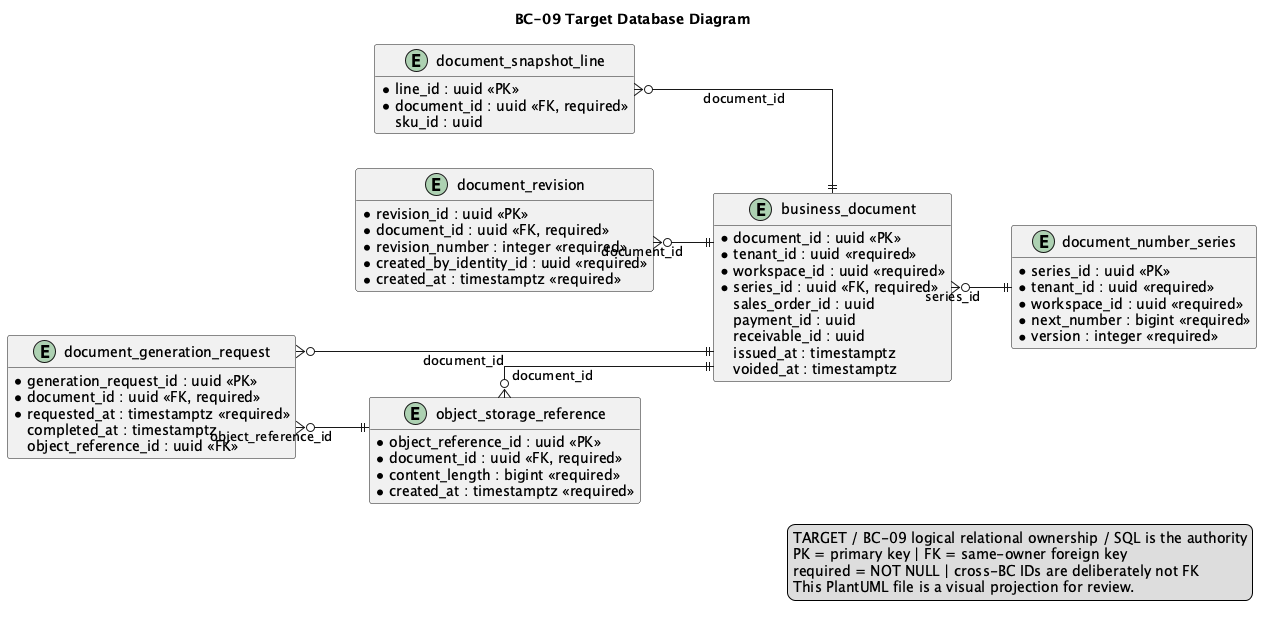
Before: report/assets/chapter-2/tactical/BC-09/database-diagram.png, a diagram exported from PlantUML (nexa-suite/mobile-report). Its diagram source:
```plantuml
@startuml
title BC-09 Target Database Diagram
left to right direction
hide methods
skinparam shadowing false
skinparam linetype ortho
skinparam entity {
  BackgroundColor #F8FAFC
  BorderColor #334155
  FontColor #0F172A
}

entity "document_number_series" as t_document_number_series {
  * series_id : uuid <<PK>>
  * tenant_id : uuid <<required>>
  * workspace_id : uuid <<required>>
  * document_type : varchar(32) <<required>>
  * series_code : varchar(32) <<required>>
  * next_number : bigint <<required>>
  * version : integer <<required>>
}

entity "business_document" as t_business_document {
  * document_id : uuid <<PK>>
  * tenant_id : uuid <<required>>
  * workspace_id : uuid <<required>>
  * series_id : uuid <<FK, required>>
  * document_type : varchar(32) <<required>>
  * document_number : varchar(80) <<required>>
    sales_order_id : uuid
    payment_id : uuid
    receivable_id : uuid
  * status : varchar(32) <<required>>
    issued_at : timestamptz
    voided_at : timestamptz
}

entity "document_snapshot_line" as t_document_snapshot_line {
  * line_id : uuid <<PK>>
  * document_id : uuid <<FK, required>>
    sku_id : uuid
    sku_code : varchar(80)
  * description : varchar(500) <<required>>
  * quantity : numeric(19,6) <<required>>
  * unit_price : numeric(19,4) <<required>>
  * currency : char(3) <<required>>
  * line_total : numeric(19,4) <<required>>
}

entity "document_revision" as t_document_revision {
  * revision_id : uuid <<PK>>
  * document_id : uuid <<FK, required>>
  * revision_number : integer <<required>>
  * snapshot_hash : varchar(128) <<required>>
  * created_by_identity_id : uuid <<required>>
  * created_at : timestamptz <<required>>
}

entity "object_storage_reference" as t_object_storage_reference {
  * object_reference_id : uuid <<PK>>
  * document_id : uuid <<FK, required>>
  * object_key : varchar(500) <<required>>
  * content_type : varchar(160) <<required>>
  * content_length : bigint <<required>>
  * content_hash : varchar(128) <<required>>
  * created_at : timestamptz <<required>>
}

entity "document_generation_request" as t_document_generation_request {
  * generation_request_id : uuid <<PK>>
  * document_id : uuid <<FK, required>>
  * status : varchar(32) <<required>>
  * requested_at : timestamptz <<required>>
    completed_at : timestamptz
    failure_reason : varchar(500)
    object_reference_id : uuid <<FK>>
}

t_business_document }o--|| t_document_number_series : series_id
t_document_snapshot_line }o--|| t_business_document : document_id
t_document_revision }o--|| t_business_document : document_id
t_object_storage_reference }o--|| t_business_document : document_id
t_document_generation_request }o--|| t_business_document : document_id
t_document_generation_request }o--|| t_object_storage_reference : object_reference_id

legend right
TARGET / BC-09 logical relational ownership / SQL is the authority
PK = primary key | FK = same-owner foreign key
required = NOT NULL | cross-BC IDs are deliberately not FK
This PlantUML file is a visual projection for review.
endlegend
@enduml
```
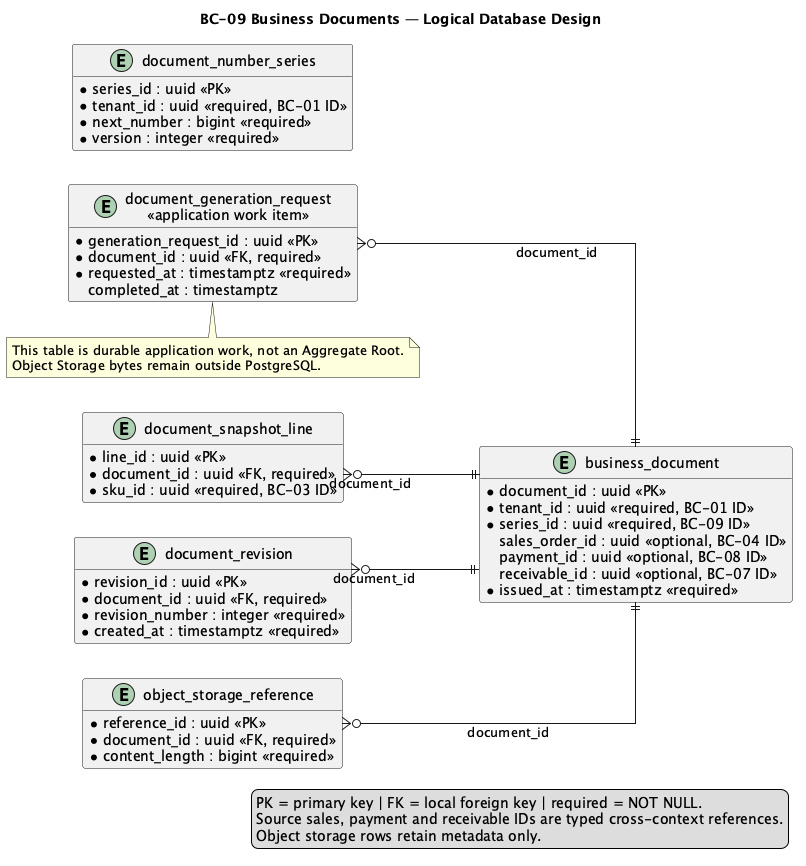
Later version of the same file.

Change to the diagram source:
```diff
@@ -1,5 +1,5 @@
 @startuml
-title BC-09 Target Database Diagram
+title BC-09 Business Documents — Logical Database Design
 left to right direction
 hide methods
 skinparam shadowing false
@@ -10,83 +10,77 @@
   FontColor #0F172A
 }
 
-entity "document_number_series" as t_document_number_series {
+entity "document_number_series" as document_number_series {
   * series_id : uuid <<PK>>
-  * tenant_id : uuid <<required>>
-  * workspace_id : uuid <<required>>
+  * tenant_id : uuid <<required, BC-01 ID>>
   * document_type : varchar(32) <<required>>
   * series_code : varchar(32) <<required>>
   * next_number : bigint <<required>>
   * version : integer <<required>>
 }
 
-entity "business_document" as t_business_document {
+entity "business_document" as business_document {
   * document_id : uuid <<PK>>
-  * tenant_id : uuid <<required>>
-  * workspace_id : uuid <<required>>
-  * series_id : uuid <<FK, required>>
+  * tenant_id : uuid <<required, BC-01 ID>>
+  * series_id : uuid <<required, BC-09 ID>>
   * document_type : varchar(32) <<required>>
   * document_number : varchar(80) <<required>>
-    sales_order_id : uuid
-    payment_id : uuid
-    receivable_id : uuid
+    sales_order_id : uuid <<optional, BC-04 ID>>
+    payment_id : uuid <<optional, BC-08 ID>>
+    receivable_id : uuid <<optional, BC-07 ID>>
   * status : varchar(32) <<required>>
-    issued_at : timestamptz
-    voided_at : timestamptz
+  * issued_at : timestamptz <<required>>
 }
 
-entity "document_snapshot_line" as t_document_snapshot_line {
+entity "document_snapshot_line" as document_snapshot_line {
   * line_id : uuid <<PK>>
   * document_id : uuid <<FK, required>>
-    sku_id : uuid
-    sku_code : varchar(80)
+  * sku_id : uuid <<required, BC-03 ID>>
   * description : varchar(500) <<required>>
   * quantity : numeric(19,6) <<required>>
   * unit_price : numeric(19,4) <<required>>
   * currency : char(3) <<required>>
-  * line_total : numeric(19,4) <<required>>
 }
 
-entity "document_revision" as t_document_revision {
+entity "document_revision" as document_revision {
   * revision_id : uuid <<PK>>
   * document_id : uuid <<FK, required>>
   * revision_number : integer <<required>>
   * snapshot_hash : varchar(128) <<required>>
-  * created_by_identity_id : uuid <<required>>
   * created_at : timestamptz <<required>>
 }
 
-entity "object_storage_reference" as t_object_storage_reference {
-  * object_reference_id : uuid <<PK>>
+entity "object_storage_reference" as object_storage_reference {
+  * reference_id : uuid <<PK>>
   * document_id : uuid <<FK, required>>
   * object_key : varchar(500) <<required>>
   * content_type : varchar(160) <<required>>
   * content_length : bigint <<required>>
   * content_hash : varchar(128) <<required>>
-  * created_at : timestamptz <<required>>
 }
 
-entity "document_generation_request" as t_document_generation_request {
+entity "document_generation_request\n<<application work item>>" as document_generation_request {
   * generation_request_id : uuid <<PK>>
   * document_id : uuid <<FK, required>>
+  * idempotency_key : varchar(160) <<required, unique>>
   * status : varchar(32) <<required>>
   * requested_at : timestamptz <<required>>
     completed_at : timestamptz
-    failure_reason : varchar(500)
-    object_reference_id : uuid <<FK>>
 }
 
-t_business_document }o--|| t_document_number_series : series_id
-t_document_snapshot_line }o--|| t_business_document : document_id
-t_document_revision }o--|| t_business_document : document_id
-t_object_storage_reference }o--|| t_business_document : document_id
-t_document_generation_request }o--|| t_business_document : document_id
-t_document_generation_request }o--|| t_object_storage_reference : object_reference_id
+document_snapshot_line }o--|| business_document : document_id
+document_revision }o--|| business_document : document_id
+object_storage_reference }o--|| business_document : document_id
+document_generation_request }o--|| business_document : document_id
+
+note bottom of document_generation_request
+This table is durable application work, not an Aggregate Root.
+Object Storage bytes remain outside PostgreSQL.
+end note
 
 legend right
-TARGET / BC-09 logical relational ownership / SQL is the authority
-PK = primary key | FK = same-owner foreign key
-required = NOT NULL | cross-BC IDs are deliberately not FK
-This PlantUML file is a visual projection for review.
+PK = primary key | FK = local foreign key | required = NOT NULL.
+Source sales, payment and receivable IDs are typed cross-context references.
+Object storage rows retain metadata only.
 endlegend
 @enduml
```
